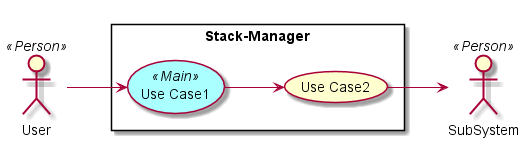
Before: docs/Solution/Stack-Manager/UseCases.png, a diagram exported from PlantUML (CAADE/C3).
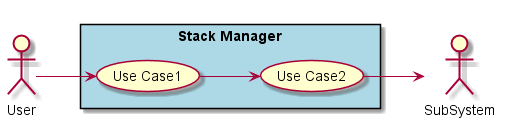
Above is the later version.

Change to the diagram source:
```diff
@@ -2,17 +2,13 @@
 
 left to right direction
 
-skinparam usecase {
-  BackgroudnColor #ffffaa
-  BackgroundColor<<Main>> #aaffff
-}
-actor :User: <<Person>>
-actor :SubSystem: <<Person>>
+actor :User:
+actor :SubSystem:
 
 
-rectangle "Stack-Manager" {
-UseCase UC1 <<Main>> as "Use Case1"
-UseCase UC2  as "Use Case2"
+rectangle "Stack Manager" #lightblue {
+UseCase UC1 as "Use Case1"
+UseCase UC2 as "Use Case2"
 
 
 User --> UC1
```
